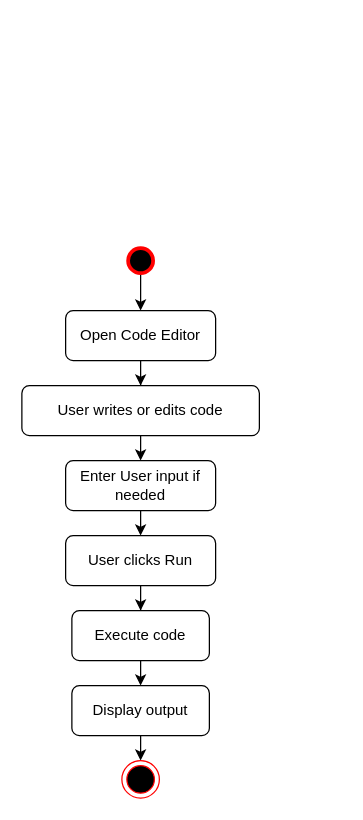
Earlier version of the draw.io diagram page "Run Code" (8 of 16) of Untitled Diagram.drawio (shamim36/Final-Defence-Diagram). Source tidied: cells renumbered, new cells numbered last; positions are measured from the earlier drawing's top-left corner, leaving out a move shared by most shapes. Both pictures are drawn from the tidied source at 125%, with x=0, y=0 at pixel (21, 248).
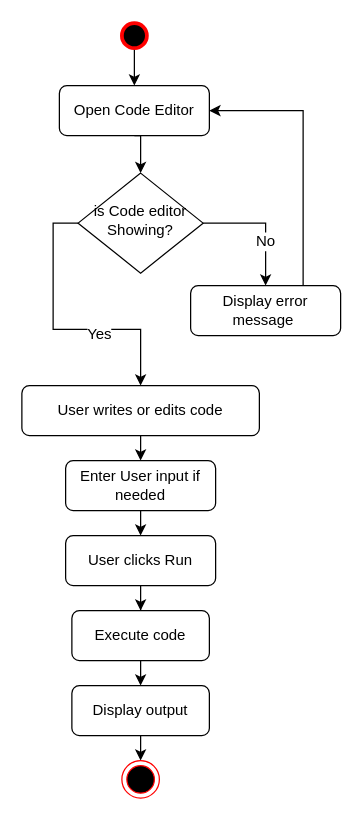
After the change.

Unchanged cells that the change refers to:
```xml
<mxCell id="5" value="User writes or edits code" style="rounded=1;whiteSpace=wrap;html=1;fontSize=12;glass=0;strokeWidth=1;shadow=0;" parent="1" vertex="1">
  <mxGeometry y="110" width="190" height="40" as="geometry" />
</mxCell>
```

What changed in the source:
```diff
@@
-    <mxCell id="2" style="edgeStyle=orthogonalEdgeStyle;rounded=0;jettySize=auto;html=1;exitX=0.5;exitY=1;exitDx=0;exitDy=0;fontFamily=Helvetica;fontSize=12;fontColor=default;" parent="1" edge="1" source="3" target="5">
-      <mxGeometry relative="1" as="geometry" />
-    </mxCell>
     <mxCell id="3" value="Open Code Editor" style="rounded=1;whiteSpace=wrap;html=1;fontSize=12;glass=0;strokeWidth=1;shadow=0;" parent="1" vertex="1">
-      <mxGeometry x="35" y="50" width="120" height="40" as="geometry" />
+      <mxGeometry x="30" y="-130" width="120" height="40" as="geometry" />
     </mxCell>
@@
     <mxCell id="9" style="strokeWidth=3;html=1;shape=mxgraph.flowchart.start_2;whiteSpace=wrap;sketch=0;fillStyle=solid;strokeColor=light-dark(#FF0000,#EDEDED);align=center;verticalAlign=middle;fontFamily=Helvetica;fontSize=12;fontColor=default;fillColor=#000000;" parent="1" vertex="1">
-      <mxGeometry x="85" width="20" height="20" as="geometry" />
+      <mxGeometry x="80" y="-180" width="20" height="20" as="geometry" />
     </mxCell>
@@
+    <mxCell id="17" style="edgeStyle=orthogonalEdgeStyle;rounded=0;jettySize=auto;html=1;exitX=1;exitY=0.5;exitDx=0;exitDy=0;entryX=0.5;entryY=0;entryDx=0;entryDy=0;fontFamily=Helvetica;fontSize=12;fontColor=default;" parent="1" edge="1" source="21" target="23">
+      <mxGeometry relative="1" as="geometry" />
+    </mxCell>
+    <mxCell id="18" value="No" style="edgeLabel;html=1;align=center;verticalAlign=middle;sketch=0;fillStyle=solid;strokeColor=light-dark(#000000,#EDEDED);strokeWidth=12;fontFamily=Helvetica;fontSize=12;fontColor=default;fillColor=#FF0000;" parent="17" vertex="1">
+      <mxGeometry x="0.28" y="-1" relative="1" as="geometry" />
+    </mxCell>
+    <mxCell id="19" style="edgeStyle=orthogonalEdgeStyle;rounded=0;jettySize=auto;html=1;exitX=0;exitY=0.5;exitDx=0;exitDy=0;fontFamily=Helvetica;fontSize=12;fontColor=default;" parent="1" edge="1" source="21" target="5">
+      <mxGeometry relative="1" as="geometry" />
+    </mxCell>
+    <mxCell id="20" value="Yes" style="edgeLabel;html=1;align=center;verticalAlign=middle;sketch=0;fillStyle=solid;strokeColor=light-dark(#000000,#EDEDED);strokeWidth=12;fontFamily=Helvetica;fontSize=12;fontColor=default;fillColor=#FF0000;" parent="19" vertex="1">
+      <mxGeometry x="0.28" y="-3" relative="1" as="geometry" />
+    </mxCell>
+    <mxCell id="21" value="is Code editor Showing?" style="rhombus;whiteSpace=wrap;html=1;shadow=0;fontFamily=Helvetica;fontSize=12;align=center;strokeWidth=1;spacing=6;spacingTop=-4;" parent="1" vertex="1">
+      <mxGeometry x="45" y="-60" width="100" height="80" as="geometry" />
+    </mxCell>
+    <mxCell id="22" style="edgeStyle=orthogonalEdgeStyle;rounded=0;jettySize=auto;html=1;exitX=0.75;exitY=0;exitDx=0;exitDy=0;entryX=1;entryY=0.5;entryDx=0;entryDy=0;" parent="1" edge="1" source="23" target="3">
+      <mxGeometry relative="1" as="geometry" />
+    </mxCell>
+    <mxCell id="23" value="Display error message&amp;nbsp;" style="rounded=1;whiteSpace=wrap;html=1;fontSize=12;glass=0;strokeWidth=1;shadow=0;" parent="1" vertex="1">
+      <mxGeometry x="135" y="30" width="120" height="40" as="geometry" />
+    </mxCell>
+    <mxCell id="24" style="edgeStyle=orthogonalEdgeStyle;rounded=0;jettySize=auto;html=1;exitX=0.5;exitY=1;exitDx=0;exitDy=0;entryX=0.5;entryY=0;entryDx=0;entryDy=0;" parent="1" edge="1" source="3" target="21">
+      <mxGeometry relative="1" as="geometry" />
+    </mxCell>
```
